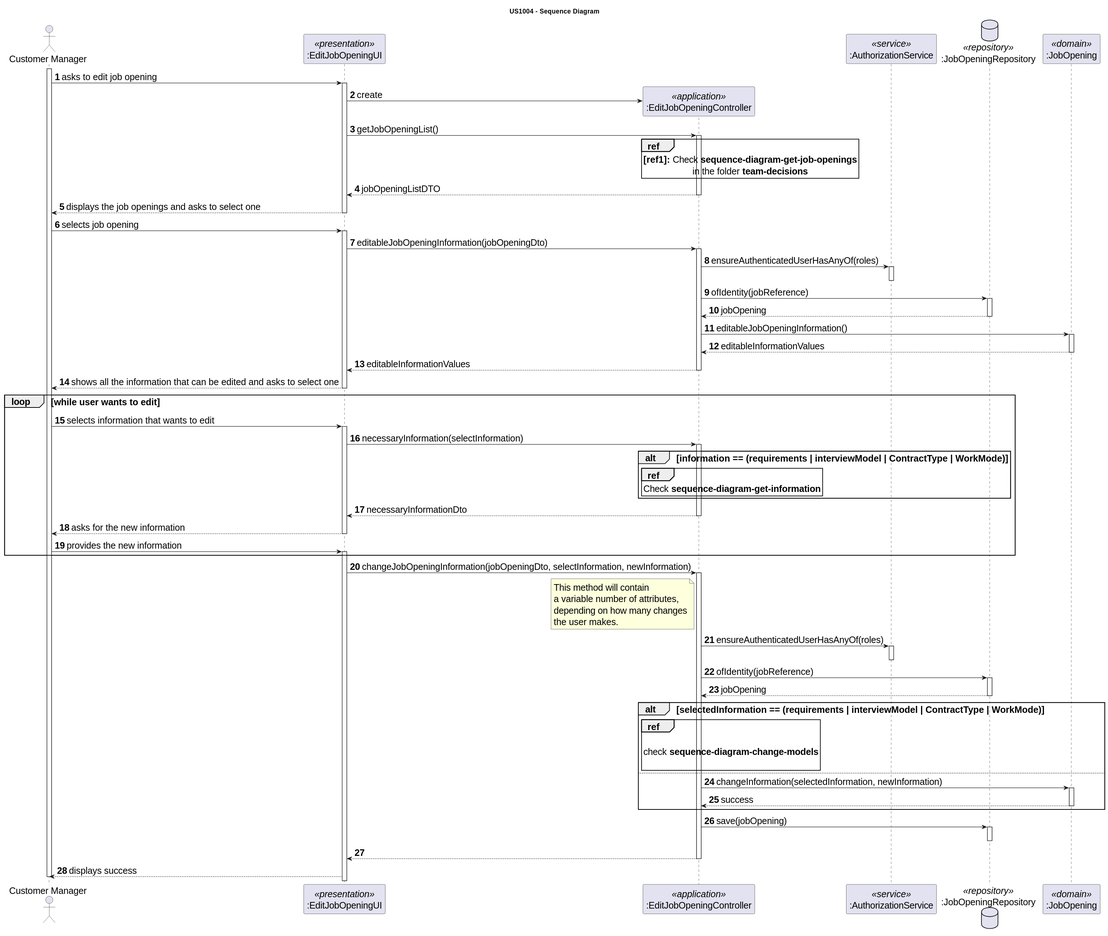
Before: docs/sprint-c/us_1004/design-diagrams/sequence-diagram.svg, a diagram exported from PlantUML (rita-barbosa/LAPR4-2324).
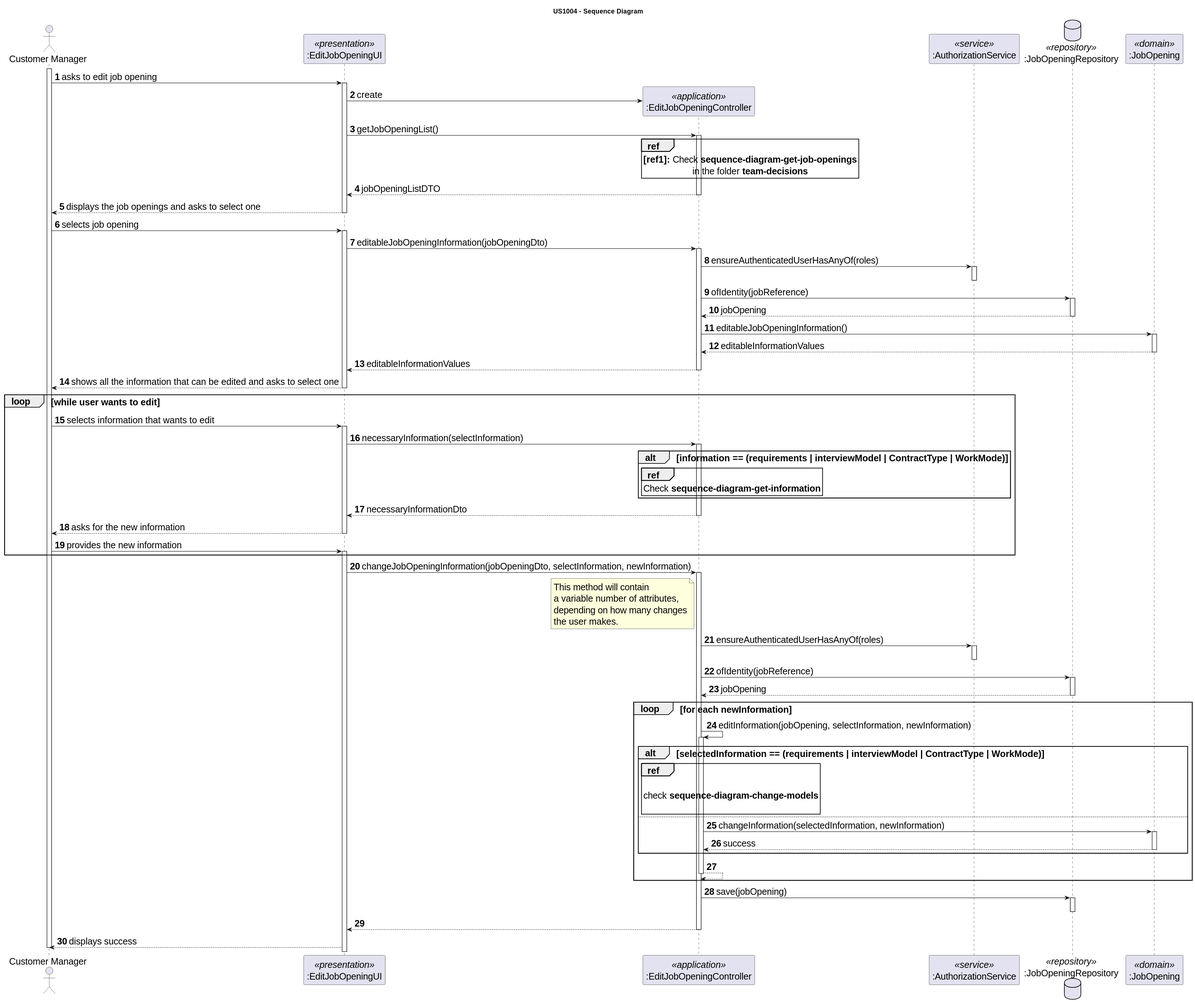
The same file after the commit.

Commit message:
docs: update sequence and class diagram of us1004. [closes #276]

Change to the diagram source:
```diff
@@ -107,6 +107,11 @@
     JO_REPO --> CTRL: jobOpening
     deactivate JO_REPO
 
+     loop for each newInformation
+
+    CTRL -> CTRL: editInformation(jobOpening, selectInformation, newInformation)
+activate CTRL
+
     alt selectedInformation == (requirements | interviewModel | ContractType | WorkMode)
         ref over CTRL
 
@@ -123,6 +128,9 @@
 
     end alt
 
+    CTRL --> CTRL:
+    deactivate CTRL
+end loop
     CTRL -> JO_REPO: save(jobOpening)
     activate JO_REPO
     deactivate JO_REPO
```
